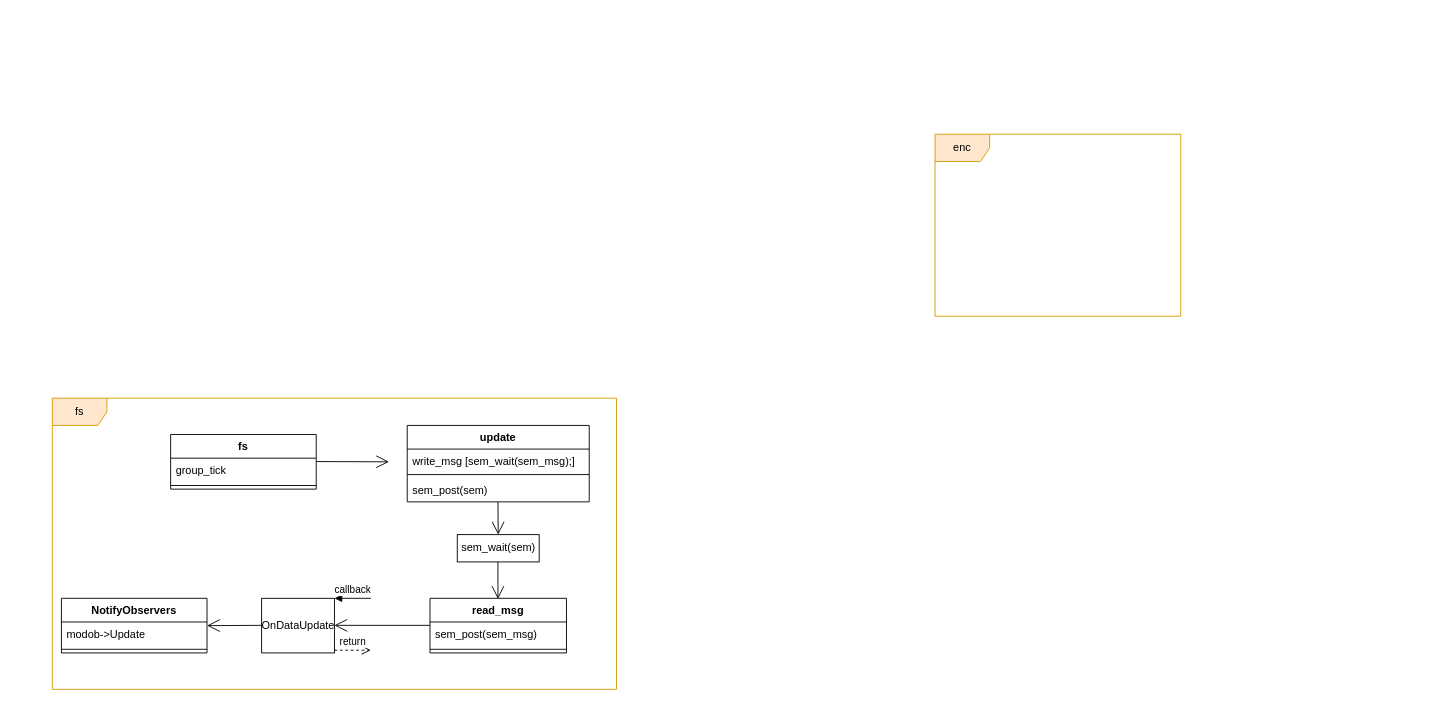
Earlier version of the draw.io diagram Untitled Diagram.drawio (Raptstw/hello). Source tidied: cells renumbered, new cells numbered last; positions are measured from the earlier drawing's top-left corner, leaving out a move shared by most shapes. Both pictures are drawn from the tidied source at 91%, with x=0, y=0 at pixel (52, 134).
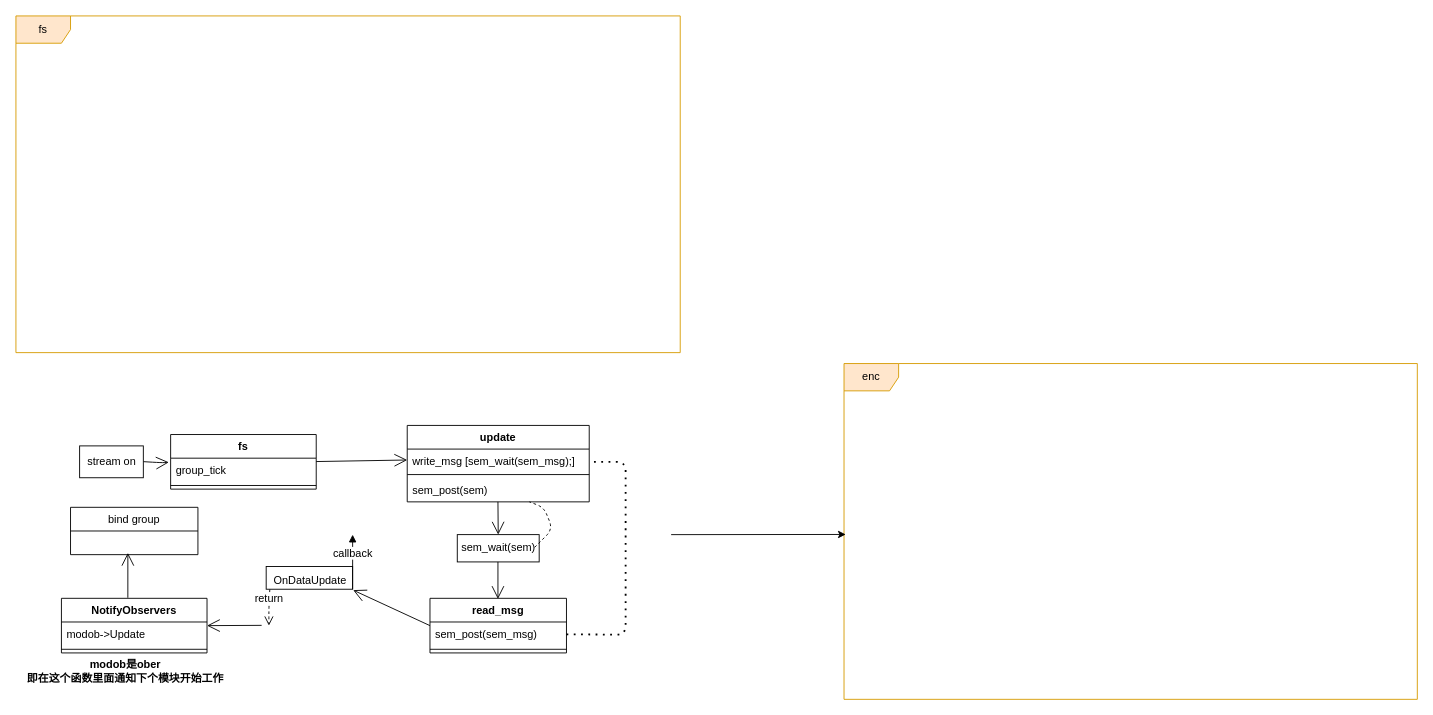
After the change.

Unchanged cells that the change refers to:
```xml
<mxCell id="5" value="fs" style="swimlane;fontStyle=1;align=center;verticalAlign=top;horizontal=1;startSize=26;" parent="1" vertex="1">
  <mxGeometry x="130" y="330" width="160" height="60" as="geometry" />
</mxCell>
<mxCell id="6" value="group_tick" style="text;strokeColor=none;fillColor=none;align=left;verticalAlign=top;spacingLeft=4;spacingRight=4;overflow=hidden;points=[[0,0.5],[1,0.5]];portConstraint=eastwest;" parent="5" vertex="1">
  <mxGeometry y="26" width="160" height="26" as="geometry" />
</mxCell>
<mxCell id="9" value="write_msg [sem_wait(sem_msg);]" style="text;strokeColor=none;fillColor=none;align=left;verticalAlign=top;spacingLeft=4;spacingRight=4;overflow=hidden;points=[[0,0.5],[1,0.5]];portConstraint=eastwest;" parent="8" vertex="1">
  <mxGeometry y="26" width="200" height="24" as="geometry" />
</mxCell>
<mxCell id="11" value="sem_post(sem)" style="text;strokeColor=none;fillColor=none;align=left;verticalAlign=top;spacingLeft=4;spacingRight=4;overflow=hidden;points=[[0,0.5],[1,0.5]];portConstraint=eastwest;" parent="8" vertex="1">
  <mxGeometry y="58" width="200" height="26" as="geometry" />
</mxCell>
<mxCell id="14" value="read_msg" style="swimlane;fontStyle=1;align=center;verticalAlign=top;horizontal=1;startSize=26;" parent="1" vertex="1">
  <mxGeometry x="415" y="510" width="150" height="60" as="geometry" />
</mxCell>
<mxCell id="15" value="sem_post(sem_msg)" style="text;strokeColor=none;fillColor=none;align=left;verticalAlign=top;spacingLeft=4;spacingRight=4;overflow=hidden;points=[[0,0.5],[1,0.5]];portConstraint=eastwest;" parent="14" vertex="1">
  <mxGeometry y="26" width="150" height="26" as="geometry" />
</mxCell>
```

Diff of the diagram source:
```diff
@@
     <mxCell id="2" value="fs" style="shape=umlFrame;whiteSpace=wrap;html=1;fillColor=#ffe6cc;strokeColor=#d79b00;" parent="1" vertex="1">
-      <mxGeometry y="290" width="620" height="320" as="geometry" />
+      <mxGeometry x="-40" y="-130" width="730" height="370" as="geometry" />
     </mxCell>
     <mxCell id="3" value="enc" style="shape=umlFrame;whiteSpace=wrap;html=1;fillColor=#ffe6cc;strokeColor=#d79b00;" parent="1" vertex="1">
-      <mxGeometry x="970" width="270" height="200" as="geometry" />
+      <mxGeometry x="870" y="252" width="630" height="369" as="geometry" />
     </mxCell>
@@
+    <mxCell id="26" style="endArrow=open;endFill=1;endSize=12;html=1;entryX=-0.012;entryY=0.174;entryDx=0;entryDy=0;entryPerimeter=0;" parent="5" edge="1" target="6">
+      <mxGeometry relative="1" as="geometry">
+        <mxPoint x="-30" y="29.8" as="sourcePoint" />
+        <Array as="points">
+          <mxPoint x="-10" y="31" />
+        </Array>
+      </mxGeometry>
+    </mxCell>
@@
-    <mxCell id="12" style="endArrow=open;endFill=1;endSize=12;html=1;" parent="1" edge="1">
+    <mxCell id="12" style="endArrow=open;endFill=1;endSize=12;html=1;entryX=0;entryY=0.5;entryDx=0;entryDy=0;" parent="1" edge="1" target="9">
       <mxGeometry relative="1" as="geometry">
         <mxPoint x="290" y="359.7" as="sourcePoint" />
-        <mxPoint x="370" y="360" as="targetPoint" />
       </mxGeometry>
     </mxCell>
@@
-    <mxCell id="18" style="endArrow=open;endFill=1;endSize=12;html=1;" parent="1" edge="1" target="19">
-      <mxGeometry relative="1" as="geometry">
-        <mxPoint x="415" y="539.7" as="sourcePoint" />
-      </mxGeometry>
-    </mxCell>
-    <mxCell id="19" value="OnDataUpdate" style="html=1;points=[];perimeter=orthogonalPerimeter;" parent="1" vertex="1">
-      <mxGeometry x="230" y="510" width="80" height="60" as="geometry" />
-    </mxCell>
-    <mxCell id="20" value="callback" style="html=1;verticalAlign=bottom;endArrow=block;entryX=1;entryY=0;" parent="1" edge="1" target="19">
-      <mxGeometry relative="1" as="geometry">
-        <mxPoint x="350" y="510" as="sourcePoint" />
-      </mxGeometry>
-    </mxCell>
-    <mxCell id="21" value="return" style="html=1;verticalAlign=bottom;endArrow=open;dashed=1;endSize=8;exitX=1;exitY=0.95;" parent="1" edge="1" source="19">
-      <mxGeometry relative="1" as="geometry">
-        <mxPoint x="350" y="567" as="targetPoint" />
-      </mxGeometry>
-    </mxCell>
@@
+    <mxCell id="27" style="endArrow=none;dashed=1;html=1;dashPattern=1 3;strokeWidth=2;" parent="1" edge="1" source="15">
+      <mxGeometry relative="1" as="geometry">
+        <mxPoint x="590" y="360" as="targetPoint" />
+        <Array as="points">
+          <mxPoint x="630" y="550" />
+          <mxPoint x="630" y="360" />
+        </Array>
+      </mxGeometry>
+    </mxCell>
+    <mxCell id="28" style="endArrow=none;dashed=1;html=1;" parent="1" edge="1" target="11">
+      <mxGeometry relative="1" as="geometry">
+        <mxPoint x="530" y="454" as="sourcePoint" />
+        <Array as="points">
+          <mxPoint x="550" y="434" />
+          <mxPoint x="540" y="410" />
+        </Array>
+      </mxGeometry>
+    </mxCell>
+    <mxCell id="29" value="bind group" style="swimlane;fontStyle=0;horizontal=1;startSize=26;fillColor=none;" parent="1" vertex="1">
+      <mxGeometry x="20" y="410" width="140" height="52" as="geometry" />
+    </mxCell>
+    <mxCell id="30" style="endArrow=open;endFill=1;endSize=12;html=1;" parent="1" edge="1">
+      <mxGeometry relative="1" as="geometry">
+        <mxPoint x="83" y="509.4" as="sourcePoint" />
+        <mxPoint x="83" y="460" as="targetPoint" />
+      </mxGeometry>
+    </mxCell>
+    <mxCell id="31" value="stream on" style="html=1;" parent="1" vertex="1">
+      <mxGeometry x="30" y="342.5" width="70" height="35" as="geometry" />
+    </mxCell>
+    <mxCell id="32" value="modob是ober&lt;br&gt;即在这个函数里面通知下个模块开始工作" style="text;strokeColor=none;fillColor=none;html=1;fontSize=12;fontStyle=1;verticalAlign=middle;align=center;" parent="1" vertex="1">
+      <mxGeometry x="30" y="570" width="100" height="40" as="geometry" />
+    </mxCell>
+    <mxCell id="33" style="endArrow=classic;html=1;fontSize=12;entryX=0.003;entryY=0.509;entryDx=0;entryDy=0;entryPerimeter=0;" parent="1" edge="1" target="3">
+      <mxGeometry relative="1" as="geometry">
+        <mxPoint x="680" y="440" as="sourcePoint" />
+      </mxGeometry>
+    </mxCell>
+    <mxCell id="34" style="endArrow=open;endFill=1;endSize=12;html=1;fontSize=12;exitX=0;exitY=0.5;exitDx=0;exitDy=0;entryX=1.04;entryY=-0.006;entryDx=0;entryDy=0;entryPerimeter=0;" parent="1" edge="1" source="14" target="19">
+      <mxGeometry relative="1" as="geometry" />
+    </mxCell>
+    <mxCell id="19" value="OnDataUpdate" style="html=1;points=[];perimeter=orthogonalPerimeter;fontSize=12;verticalAlign=bottom;direction=south;" parent="1" vertex="1">
+      <mxGeometry x="235" y="475" width="95" height="25" as="geometry" />
+    </mxCell>
+    <mxCell id="20" value="callback" style="html=1;verticalAlign=bottom;endArrow=block;fontSize=12;exitX=1;exitY=0;exitDx=0;exitDy=0;" parent="1" edge="1" source="19">
+      <mxGeometry relative="1" as="geometry">
+        <mxPoint x="330" y="440" as="targetPoint" />
+      </mxGeometry>
+    </mxCell>
+    <mxCell id="21" value="return" style="html=1;verticalAlign=bottom;endArrow=open;dashed=1;endSize=8;fontSize=12;exitX=1.008;exitY=0.958;exitDx=0;exitDy=0;exitPerimeter=0;" parent="1" edge="1" source="19">
+      <mxGeometry relative="1" as="geometry">
+        <mxPoint x="238" y="540" as="targetPoint" />
+        <Array as="points">
+          <mxPoint x="238" y="520" />
+          <mxPoint x="238" y="530" />
+        </Array>
+      </mxGeometry>
+    </mxCell>
```
